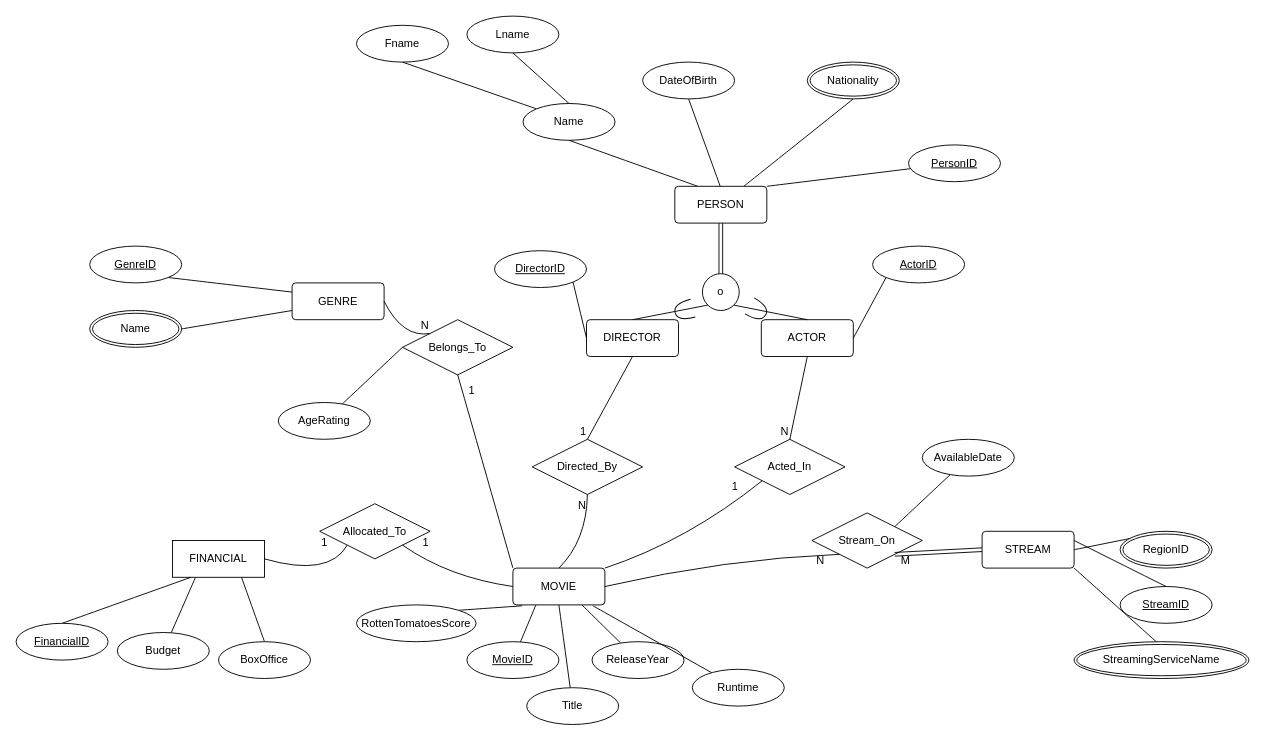
Before: page "Page-1" (1 of 2) of MovieBaseEER.drawio in miguelTrC/MovieBaseDB, a draw.io diagram. Source tidied: cells renumbered, new cells numbered last; positions are measured from the earlier drawing's top-left corner, leaving out a move shared by most shapes. Both pictures are drawn from the tidied source at 92%, with x=0, y=0 at pixel (16, 16).
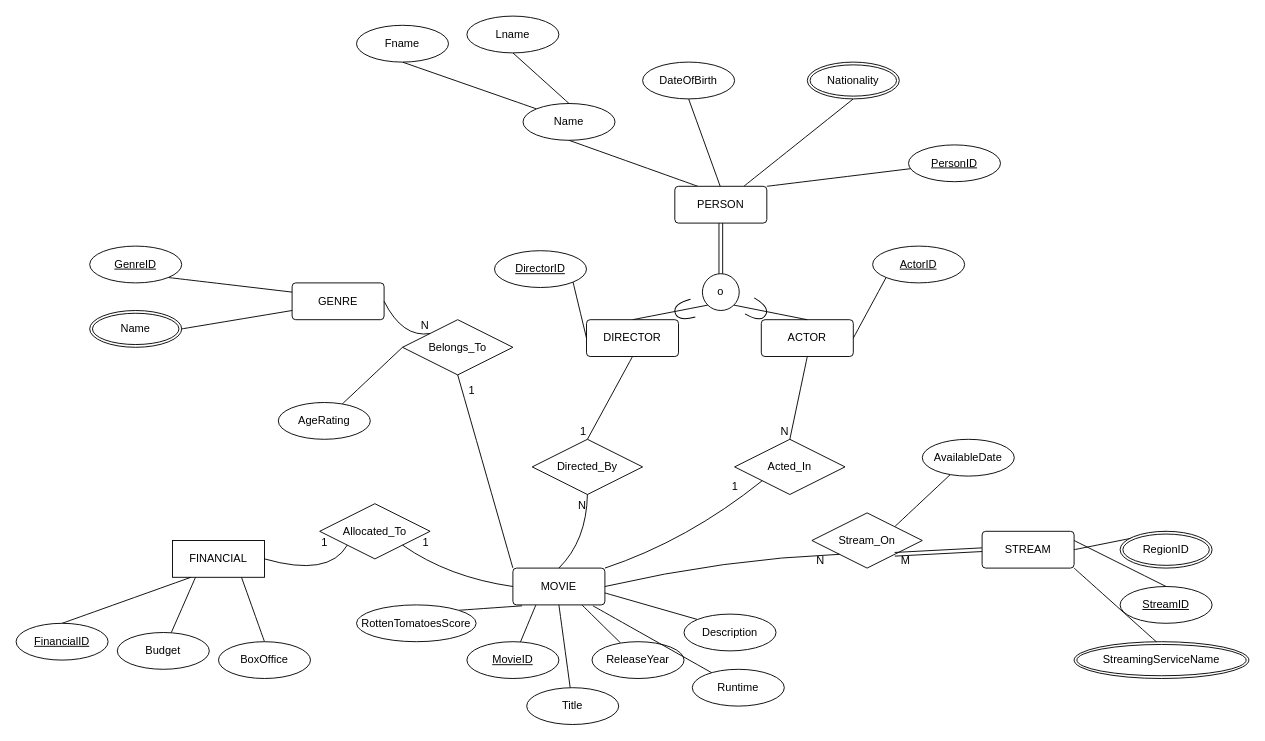
Above is the later version.

Commit message (it also covers changes not shown here):
Added Description attribute to Entity MOVIE

What changed in the source:
```diff
@@
+    <mxCell id="88" style="endArrow=none;html=1;rounded=0;fontSize=12;startSize=8;endSize=8;curved=1;exitX=0.87;exitY=1.025;exitDx=0;exitDy=0;exitPerimeter=0;entryX=0;entryY=0;entryDx=0;entryDy=0;" parent="1" edge="1" target="89">
+      <mxGeometry relative="1" as="geometry">
+        <mxPoint x="640" y="627" as="sourcePoint" />
+      </mxGeometry>
+    </mxCell>
+    <mxCell id="89" value="Description" style="ellipse;whiteSpace=wrap;html=1;align=center;" parent="1" vertex="1">
+      <mxGeometry x="726" y="650" width="100" height="40" as="geometry" />
+    </mxCell>
```
